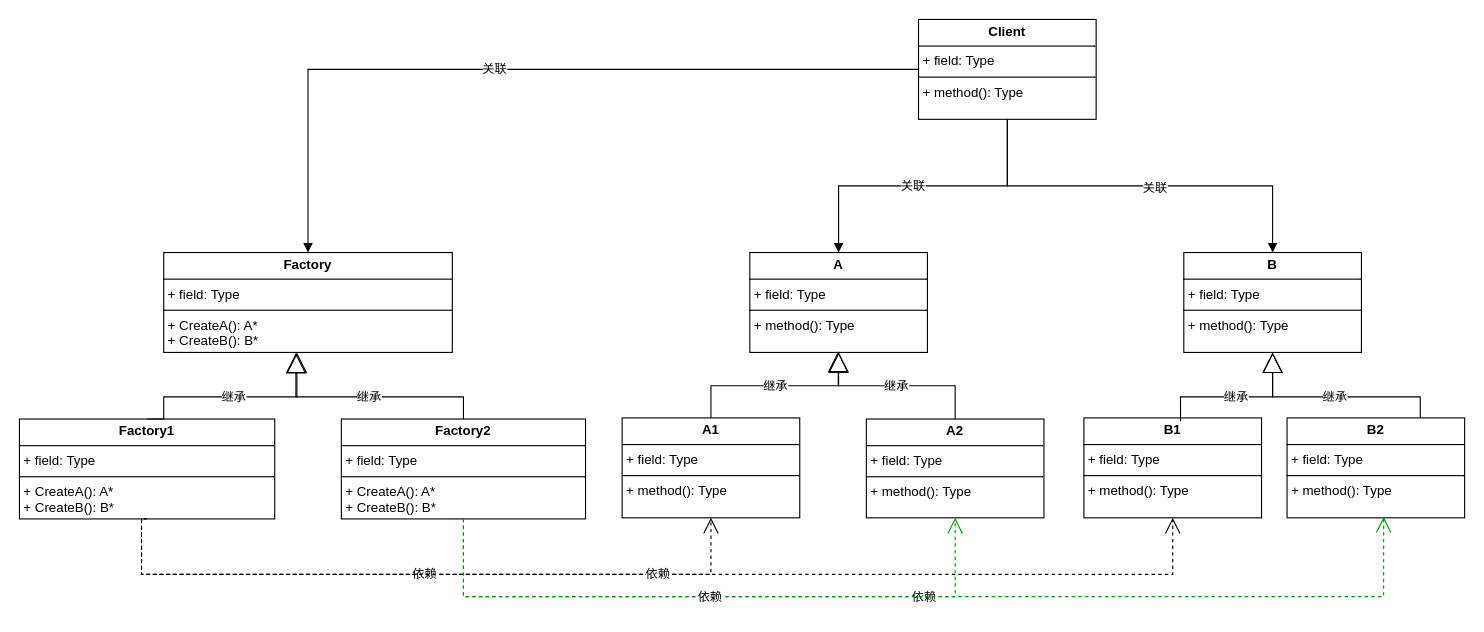
Earlier version of the draw.io diagram page "抽象工厂结构" (2 of 3) of 设计模式.drawio (liyunhao2/technology). Source tidied: cells renumbered, new cells numbered last; positions are measured from the earlier drawing's top-left corner, leaving out a move shared by most shapes. Both pictures are drawn from the tidied source at 111%, with x=0, y=0 at pixel (19, 19).
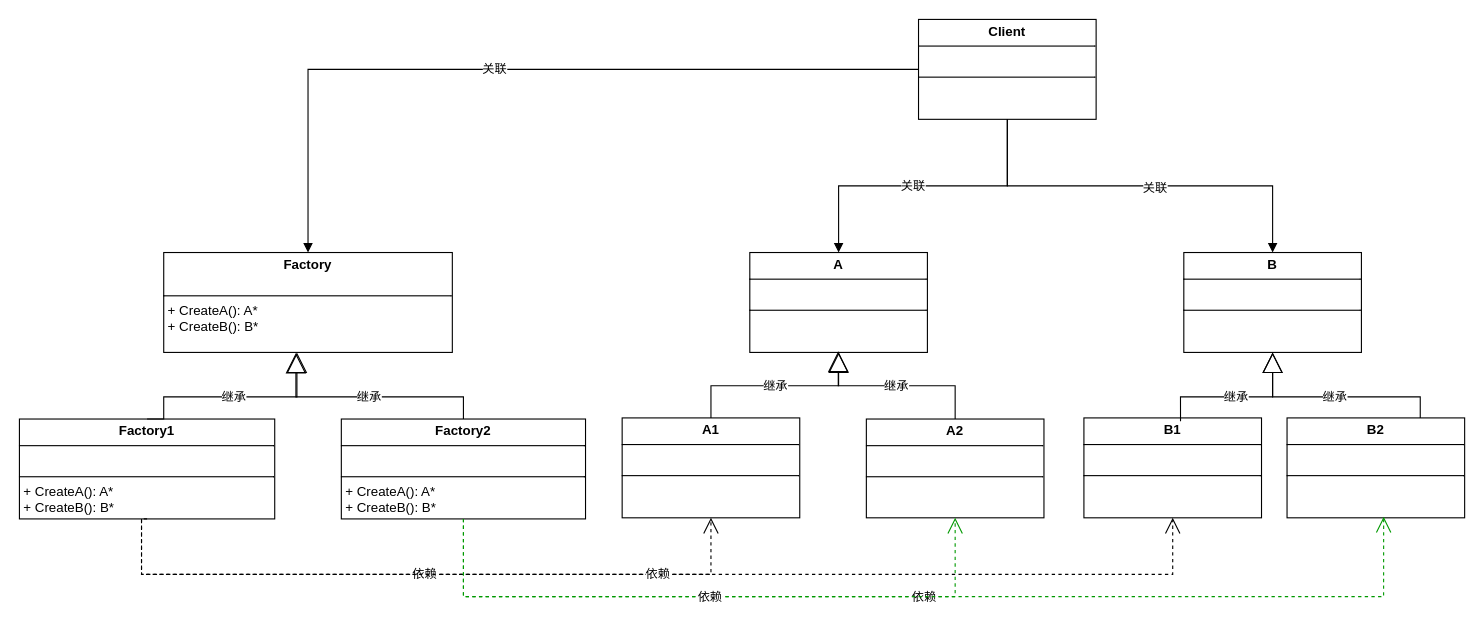
The same page after the edit.

Commit message (it also covers changes not shown here):
更新设计模式.drawio

Change to the diagram source:
```diff
@@
-    <mxCell id="2" value="&lt;p style=&quot;margin:0px;margin-top:4px;text-align:center;&quot;&gt;&lt;b&gt;Client&lt;/b&gt;&lt;/p&gt;&lt;hr size=&quot;1&quot; style=&quot;border-style:solid;&quot;&gt;&lt;p style=&quot;margin:0px;margin-left:4px;&quot;&gt;+ field: Type&lt;/p&gt;&lt;hr size=&quot;1&quot; style=&quot;border-style:solid;&quot;&gt;&lt;p style=&quot;margin:0px;margin-left:4px;&quot;&gt;+ method(): Type&lt;/p&gt;" style="verticalAlign=top;align=left;overflow=fill;html=1;whiteSpace=wrap;" parent="1" vertex="1">
+    <mxCell id="2" value="&lt;p style=&quot;margin:0px;margin-top:4px;text-align:center;&quot;&gt;&lt;b&gt;Client&lt;/b&gt;&lt;/p&gt;&lt;hr size=&quot;1&quot; style=&quot;border-style:solid;&quot;&gt;&lt;p style=&quot;margin:0px;margin-left:4px;&quot;&gt;&lt;br&gt;&lt;/p&gt;&lt;hr size=&quot;1&quot; style=&quot;border-style:solid;&quot;&gt;&lt;p style=&quot;margin:0px;margin-left:4px;&quot;&gt;&lt;br&gt;&lt;/p&gt;" style="verticalAlign=top;align=left;overflow=fill;html=1;whiteSpace=wrap;" parent="1" vertex="1">
       <mxGeometry x="810" width="160" height="90" as="geometry" />
     </mxCell>
-    <mxCell id="3" value="&lt;p style=&quot;margin:0px;margin-top:4px;text-align:center;&quot;&gt;&lt;b&gt;A1&lt;/b&gt;&lt;/p&gt;&lt;hr size=&quot;1&quot; style=&quot;border-style:solid;&quot;&gt;&lt;p style=&quot;margin:0px;margin-left:4px;&quot;&gt;+ field: Type&lt;/p&gt;&lt;hr size=&quot;1&quot; style=&quot;border-style:solid;&quot;&gt;&lt;p style=&quot;margin:0px;margin-left:4px;&quot;&gt;+ method(): Type&lt;/p&gt;" style="verticalAlign=top;align=left;overflow=fill;html=1;whiteSpace=wrap;" parent="1" vertex="1">
+    <mxCell id="3" value="&lt;p style=&quot;margin:0px;margin-top:4px;text-align:center;&quot;&gt;&lt;b&gt;A1&lt;/b&gt;&lt;/p&gt;&lt;hr size=&quot;1&quot; style=&quot;border-style:solid;&quot;&gt;&lt;p style=&quot;margin:0px;margin-left:4px;&quot;&gt;&lt;br&gt;&lt;/p&gt;&lt;hr size=&quot;1&quot; style=&quot;border-style:solid;&quot;&gt;&lt;p style=&quot;margin:0px;margin-left:4px;&quot;&gt;&lt;br&gt;&lt;/p&gt;" style="verticalAlign=top;align=left;overflow=fill;html=1;whiteSpace=wrap;" parent="1" vertex="1">
       <mxGeometry x="543" y="359" width="160" height="90" as="geometry" />
     </mxCell>
-    <mxCell id="4" value="&lt;p style=&quot;margin:0px;margin-top:4px;text-align:center;&quot;&gt;&lt;b&gt;A&lt;/b&gt;&lt;/p&gt;&lt;hr size=&quot;1&quot; style=&quot;border-style:solid;&quot;&gt;&lt;p style=&quot;margin:0px;margin-left:4px;&quot;&gt;+ field: Type&lt;/p&gt;&lt;hr size=&quot;1&quot; style=&quot;border-style:solid;&quot;&gt;&lt;p style=&quot;margin:0px;margin-left:4px;&quot;&gt;+ method(): Type&lt;/p&gt;" style="verticalAlign=top;align=left;overflow=fill;html=1;whiteSpace=wrap;" parent="1" vertex="1">
+    <mxCell id="4" value="&lt;p style=&quot;margin:0px;margin-top:4px;text-align:center;&quot;&gt;&lt;b&gt;A&lt;/b&gt;&lt;/p&gt;&lt;hr size=&quot;1&quot; style=&quot;border-style:solid;&quot;&gt;&lt;p style=&quot;margin:0px;margin-left:4px;&quot;&gt;&lt;br&gt;&lt;/p&gt;&lt;hr size=&quot;1&quot; style=&quot;border-style:solid;&quot;&gt;&lt;p style=&quot;margin:0px;margin-left:4px;&quot;&gt;&lt;br&gt;&lt;/p&gt;" style="verticalAlign=top;align=left;overflow=fill;html=1;whiteSpace=wrap;" parent="1" vertex="1">
       <mxGeometry x="658" y="210" width="160" height="90" as="geometry" />
     </mxCell>
-    <mxCell id="5" value="&lt;p style=&quot;margin:0px;margin-top:4px;text-align:center;&quot;&gt;&lt;b&gt;A2&lt;/b&gt;&lt;br&gt;&lt;/p&gt;&lt;hr size=&quot;1&quot; style=&quot;border-style:solid;&quot;&gt;&lt;p style=&quot;margin:0px;margin-left:4px;&quot;&gt;+ field: Type&lt;/p&gt;&lt;hr size=&quot;1&quot; style=&quot;border-style:solid;&quot;&gt;&lt;p style=&quot;margin:0px;margin-left:4px;&quot;&gt;+ method(): Type&lt;/p&gt;" style="verticalAlign=top;align=left;overflow=fill;html=1;whiteSpace=wrap;" parent="1" vertex="1">
+    <mxCell id="5" value="&lt;p style=&quot;margin:0px;margin-top:4px;text-align:center;&quot;&gt;&lt;b&gt;A2&lt;/b&gt;&lt;br&gt;&lt;/p&gt;&lt;hr size=&quot;1&quot; style=&quot;border-style:solid;&quot;&gt;&lt;p style=&quot;margin:0px;margin-left:4px;&quot;&gt;&lt;br&gt;&lt;/p&gt;&lt;hr size=&quot;1&quot; style=&quot;border-style:solid;&quot;&gt;&lt;p style=&quot;margin:0px;margin-left:4px;&quot;&gt;&lt;br&gt;&lt;/p&gt;" style="verticalAlign=top;align=left;overflow=fill;html=1;whiteSpace=wrap;" parent="1" vertex="1">
       <mxGeometry x="763" y="360" width="160" height="89" as="geometry" />
     </mxCell>
-    <mxCell id="6" value="&lt;p style=&quot;margin:0px;margin-top:4px;text-align:center;&quot;&gt;&lt;b&gt;Factory&lt;/b&gt;&lt;/p&gt;&lt;hr size=&quot;1&quot; style=&quot;border-style:solid;&quot;&gt;&lt;p style=&quot;margin:0px;margin-left:4px;&quot;&gt;+ field: Type&lt;br&gt;&lt;/p&gt;&lt;hr size=&quot;1&quot; style=&quot;border-style:solid;&quot;&gt;&lt;p style=&quot;margin:0px;margin-left:4px;&quot;&gt;+ CreateA(): A*&lt;/p&gt;&lt;p style=&quot;margin:0px;margin-left:4px;&quot;&gt;+ CreateB(): B*&lt;br&gt;&lt;/p&gt;" style="verticalAlign=top;align=left;overflow=fill;html=1;whiteSpace=wrap;" parent="1" vertex="1">
+    <mxCell id="6" value="&lt;p style=&quot;margin:0px;margin-top:4px;text-align:center;&quot;&gt;&lt;b&gt;Factory&lt;/b&gt;&lt;/p&gt;&lt;p style=&quot;margin:0px;margin-left:4px;&quot;&gt;&lt;br&gt;&lt;/p&gt;&lt;hr size=&quot;1&quot; style=&quot;border-style:solid;&quot;&gt;&lt;p style=&quot;margin:0px;margin-left:4px;&quot;&gt;+ CreateA(): A*&lt;/p&gt;&lt;p style=&quot;margin:0px;margin-left:4px;&quot;&gt;+ CreateB(): B*&lt;br&gt;&lt;/p&gt;" style="verticalAlign=top;align=left;overflow=fill;html=1;whiteSpace=wrap;" parent="1" vertex="1">
       <mxGeometry x="130" y="210" width="260" height="90" as="geometry" />
     </mxCell>
-    <mxCell id="7" value="&lt;p style=&quot;margin:0px;margin-top:4px;text-align:center;&quot;&gt;&lt;b&gt;Factory1&lt;/b&gt;&lt;/p&gt;&lt;hr size=&quot;1&quot; style=&quot;border-style:solid;&quot;&gt;&lt;p style=&quot;margin:0px;margin-left:4px;&quot;&gt;+ field: Type&lt;/p&gt;&lt;hr size=&quot;1&quot; style=&quot;border-style:solid;&quot;&gt;&lt;p style=&quot;margin: 0px 0px 0px 4px;&quot;&gt;+ CreateA(): A*&lt;/p&gt;&lt;p style=&quot;margin: 0px 0px 0px 4px;&quot;&gt;+ CreateB(): B*&lt;/p&gt;" style="verticalAlign=top;align=left;overflow=fill;html=1;whiteSpace=wrap;" parent="1" vertex="1">
+    <mxCell id="7" value="&lt;p style=&quot;margin:0px;margin-top:4px;text-align:center;&quot;&gt;&lt;b&gt;Factory1&lt;/b&gt;&lt;/p&gt;&lt;hr size=&quot;1&quot; style=&quot;border-style:solid;&quot;&gt;&lt;p style=&quot;margin:0px;margin-left:4px;&quot;&gt;&lt;br&gt;&lt;/p&gt;&lt;hr size=&quot;1&quot; style=&quot;border-style:solid;&quot;&gt;&lt;p style=&quot;margin: 0px 0px 0px 4px;&quot;&gt;+ CreateA(): A*&lt;/p&gt;&lt;p style=&quot;margin: 0px 0px 0px 4px;&quot;&gt;+ CreateB(): B*&lt;/p&gt;" style="verticalAlign=top;align=left;overflow=fill;html=1;whiteSpace=wrap;" parent="1" vertex="1">
       <mxGeometry y="360" width="230" height="90" as="geometry" />
     </mxCell>
-    <mxCell id="8" value="&lt;p style=&quot;margin:0px;margin-top:4px;text-align:center;&quot;&gt;&lt;b&gt;Factory2&lt;/b&gt;&lt;br&gt;&lt;/p&gt;&lt;hr size=&quot;1&quot; style=&quot;border-style:solid;&quot;&gt;&lt;p style=&quot;margin:0px;margin-left:4px;&quot;&gt;+ field: Type&lt;/p&gt;&lt;hr size=&quot;1&quot; style=&quot;border-style:solid;&quot;&gt;&lt;p style=&quot;margin: 0px 0px 0px 4px;&quot;&gt;+ CreateA(): A*&lt;/p&gt;&lt;p style=&quot;margin: 0px 0px 0px 4px;&quot;&gt;+ CreateB(): B*&lt;/p&gt;" style="verticalAlign=top;align=left;overflow=fill;html=1;whiteSpace=wrap;" parent="1" vertex="1">
+    <mxCell id="8" value="&lt;p style=&quot;margin:0px;margin-top:4px;text-align:center;&quot;&gt;&lt;b&gt;Factory2&lt;/b&gt;&lt;br&gt;&lt;/p&gt;&lt;hr size=&quot;1&quot; style=&quot;border-style:solid;&quot;&gt;&lt;p style=&quot;margin:0px;margin-left:4px;&quot;&gt;&lt;br&gt;&lt;/p&gt;&lt;hr size=&quot;1&quot; style=&quot;border-style:solid;&quot;&gt;&lt;p style=&quot;margin: 0px 0px 0px 4px;&quot;&gt;+ CreateA(): A*&lt;/p&gt;&lt;p style=&quot;margin: 0px 0px 0px 4px;&quot;&gt;+ CreateB(): B*&lt;/p&gt;" style="verticalAlign=top;align=left;overflow=fill;html=1;whiteSpace=wrap;" parent="1" vertex="1">
       <mxGeometry x="290" y="360" width="220" height="90" as="geometry" />
     </mxCell>
-    <mxCell id="9" value="&lt;p style=&quot;margin:0px;margin-top:4px;text-align:center;&quot;&gt;&lt;b&gt;B1&lt;/b&gt;&lt;/p&gt;&lt;hr size=&quot;1&quot; style=&quot;border-style:solid;&quot;&gt;&lt;p style=&quot;margin:0px;margin-left:4px;&quot;&gt;+ field: Type&lt;/p&gt;&lt;hr size=&quot;1&quot; style=&quot;border-style:solid;&quot;&gt;&lt;p style=&quot;margin:0px;margin-left:4px;&quot;&gt;+ method(): Type&lt;/p&gt;" style="verticalAlign=top;align=left;overflow=fill;html=1;whiteSpace=wrap;" parent="1" vertex="1">
+    <mxCell id="9" value="&lt;p style=&quot;margin:0px;margin-top:4px;text-align:center;&quot;&gt;&lt;b&gt;B1&lt;/b&gt;&lt;/p&gt;&lt;hr size=&quot;1&quot; style=&quot;border-style:solid;&quot;&gt;&lt;p style=&quot;margin:0px;margin-left:4px;&quot;&gt;&lt;br&gt;&lt;/p&gt;&lt;hr size=&quot;1&quot; style=&quot;border-style:solid;&quot;&gt;&lt;p style=&quot;margin:0px;margin-left:4px;&quot;&gt;&lt;br&gt;&lt;/p&gt;" style="verticalAlign=top;align=left;overflow=fill;html=1;whiteSpace=wrap;" parent="1" vertex="1">
       <mxGeometry x="959" y="359" width="160" height="90" as="geometry" />
     </mxCell>
-    <mxCell id="10" value="&lt;p style=&quot;margin:0px;margin-top:4px;text-align:center;&quot;&gt;&lt;b&gt;B&lt;/b&gt;&lt;br&gt;&lt;/p&gt;&lt;hr size=&quot;1&quot; style=&quot;border-style:solid;&quot;&gt;&lt;p style=&quot;margin:0px;margin-left:4px;&quot;&gt;+ field: Type&lt;/p&gt;&lt;hr size=&quot;1&quot; style=&quot;border-style:solid;&quot;&gt;&lt;p style=&quot;margin:0px;margin-left:4px;&quot;&gt;+ method(): Type&lt;/p&gt;" style="verticalAlign=top;align=left;overflow=fill;html=1;whiteSpace=wrap;" parent="1" vertex="1">
+    <mxCell id="10" value="&lt;p style=&quot;margin:0px;margin-top:4px;text-align:center;&quot;&gt;&lt;b&gt;B&lt;/b&gt;&lt;br&gt;&lt;/p&gt;&lt;hr size=&quot;1&quot; style=&quot;border-style:solid;&quot;&gt;&lt;p style=&quot;margin:0px;margin-left:4px;&quot;&gt;&lt;br&gt;&lt;/p&gt;&lt;hr size=&quot;1&quot; style=&quot;border-style:solid;&quot;&gt;&lt;p style=&quot;margin:0px;margin-left:4px;&quot;&gt;&lt;br&gt;&lt;/p&gt;" style="verticalAlign=top;align=left;overflow=fill;html=1;whiteSpace=wrap;" parent="1" vertex="1">
       <mxGeometry x="1049" y="210" width="160" height="90" as="geometry" />
     </mxCell>
-    <mxCell id="11" value="&lt;p style=&quot;margin:0px;margin-top:4px;text-align:center;&quot;&gt;&lt;b&gt;B2&lt;/b&gt;&lt;br&gt;&lt;/p&gt;&lt;hr size=&quot;1&quot; style=&quot;border-style:solid;&quot;&gt;&lt;p style=&quot;margin:0px;margin-left:4px;&quot;&gt;+ field: Type&lt;/p&gt;&lt;hr size=&quot;1&quot; style=&quot;border-style:solid;&quot;&gt;&lt;p style=&quot;margin:0px;margin-left:4px;&quot;&gt;+ method(): Type&lt;/p&gt;" style="verticalAlign=top;align=left;overflow=fill;html=1;whiteSpace=wrap;" parent="1" vertex="1">
+    <mxCell id="11" value="&lt;p style=&quot;margin:0px;margin-top:4px;text-align:center;&quot;&gt;&lt;b&gt;B2&lt;/b&gt;&lt;br&gt;&lt;/p&gt;&lt;hr size=&quot;1&quot; style=&quot;border-style:solid;&quot;&gt;&lt;p style=&quot;margin:0px;margin-left:4px;&quot;&gt;&lt;br&gt;&lt;/p&gt;&lt;hr size=&quot;1&quot; style=&quot;border-style:solid;&quot;&gt;&lt;p style=&quot;margin:0px;margin-left:4px;&quot;&gt;&lt;br&gt;&lt;/p&gt;" style="verticalAlign=top;align=left;overflow=fill;html=1;whiteSpace=wrap;" parent="1" vertex="1">
       <mxGeometry x="1142" y="359" width="160" height="90" as="geometry" />
     </mxCell>
```
